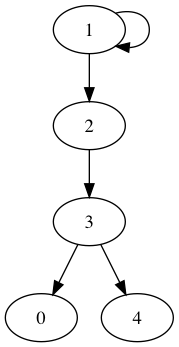
Above: graphs/graph_total.png in tarcisiocjr/byzcast (Graphviz), before the change. Its source is kept beside it as graphs/graph_total.dot.
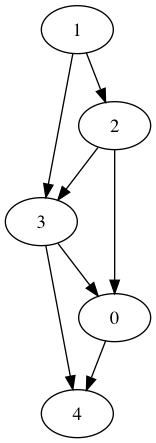
The same diagram one commit later.

Diff of the diagram source:
```diff
@@ -1,10 +1,8 @@
 digraph G { 0->4
 1->3
 1->2
-1->0
+2->3
 2->0
-2->3
-2->4
 3->0
 3->4
 }
```
